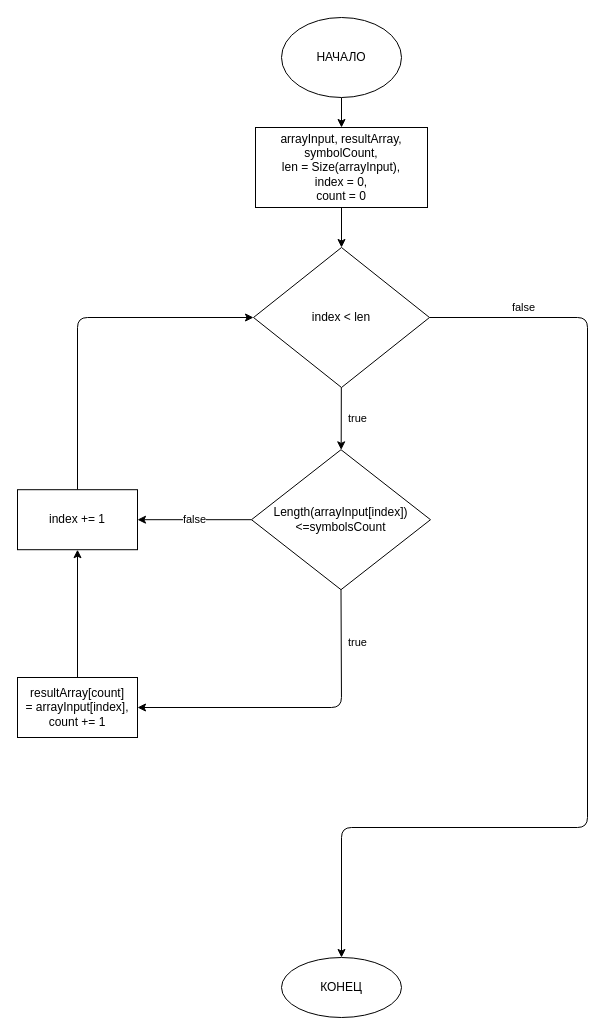
Above: Flowchart.drawio in Rillout87/myFirstQuarterTest (draw.io), before the change. Source tidied: cells renumbered, new cells numbered last; positions are measured from the earlier drawing's top-left corner, leaving out a move shared by most shapes. Both pictures are drawn from the tidied source at 100%, with x=0, y=0 at pixel (17, 17).
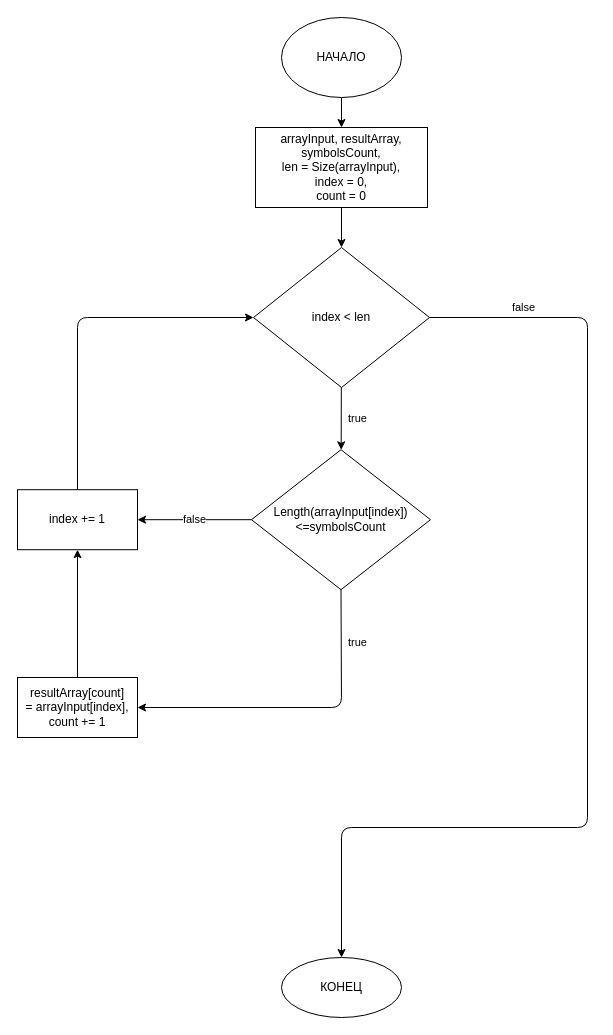
Above is the later version.

What changed in the source:
```diff
@@
-    <mxCell id="5" value="arrayInput, resultArray, symbolCount,&lt;br&gt;len = Size(arrayInput),&lt;br&gt;index = 0,&lt;br&gt;count = 0" style="whiteSpace=wrap;html=1;" parent="1" vertex="1">
+    <mxCell id="5" value="arrayInput, resultArray, symbolsCount,&lt;br&gt;len = Size(arrayInput),&lt;br&gt;index = 0,&lt;br&gt;count = 0" style="whiteSpace=wrap;html=1;" parent="1" vertex="1">
       <mxGeometry x="238" y="110" width="172" height="80" as="geometry" />
     </mxCell>
```
